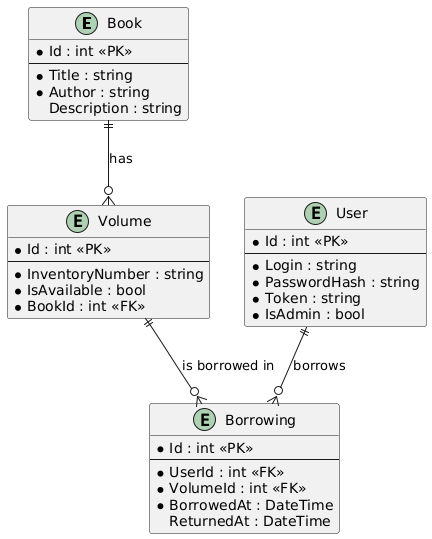
Before: schema.png, a diagram exported from PlantUML (mikkdud/LibraryManagerProject). Source of this version:
```plantuml
@startuml
entity Book {
  * Id : int <<PK>>
  --
  * Title : string
  * Author : string
  Description : string
}

entity Volume {
  * Id : int <<PK>>
  --
  * InventoryNumber : string
  * IsAvailable : bool
  * BookId : int <<FK>>
}

entity User {
  * Id : int <<PK>>
  --
  * Login : string
  * PasswordHash : string
  * Token : string
  * IsAdmin : bool
}

entity Borrowing {
  * Id : int <<PK>>
  --
  * UserId : int <<FK>>
  * VolumeId : int <<FK>>
  * BorrowedAt : DateTime
  ReturnedAt : DateTime
}

Book ||--o{ Volume : has
User ||--o{ Borrowing : borrows
Volume ||--o{ Borrowing : is borrowed in
@enduml
```
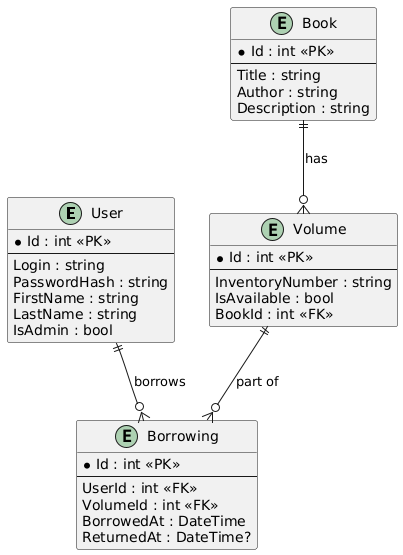
Above is the later version.

Diff of the diagram source:
```diff
@@ -1,39 +1,40 @@
 @startuml
-entity Book {
-  * Id : int <<PK>>
-  --
-  * Title : string
-  * Author : string
-  Description : string
+entity "User" as User {
+    * Id : int <<PK>>
+    --
+    Login : string
+    PasswordHash : string
+    FirstName : string
+    LastName : string
+    IsAdmin : bool
 }
 
-entity Volume {
-  * Id : int <<PK>>
-  --
-  * InventoryNumber : string
-  * IsAvailable : bool
-  * BookId : int <<FK>>
+entity "Book" as Book {
+    * Id : int <<PK>>
+    --
+    Title : string
+    Author : string
+    Description : string
 }
 
-entity User {
-  * Id : int <<PK>>
-  --
-  * Login : string
-  * PasswordHash : string
-  * Token : string
-  * IsAdmin : bool
+entity "Volume" as Volume {
+    * Id : int <<PK>>
+    --
+    InventoryNumber : string
+    IsAvailable : bool
+    BookId : int <<FK>>
 }
 
-entity Borrowing {
-  * Id : int <<PK>>
-  --
-  * UserId : int <<FK>>
-  * VolumeId : int <<FK>>
-  * BorrowedAt : DateTime
-  ReturnedAt : DateTime
+entity "Borrowing" as Borrowing {
+    * Id : int <<PK>>
+    --
+    UserId : int <<FK>>
+    VolumeId : int <<FK>>
+    BorrowedAt : DateTime
+    ReturnedAt : DateTime?
 }
 
 Book ||--o{ Volume : has
 User ||--o{ Borrowing : borrows
-Volume ||--o{ Borrowing : is borrowed in
+Volume ||--o{ Borrowing : part of
 @enduml
```
